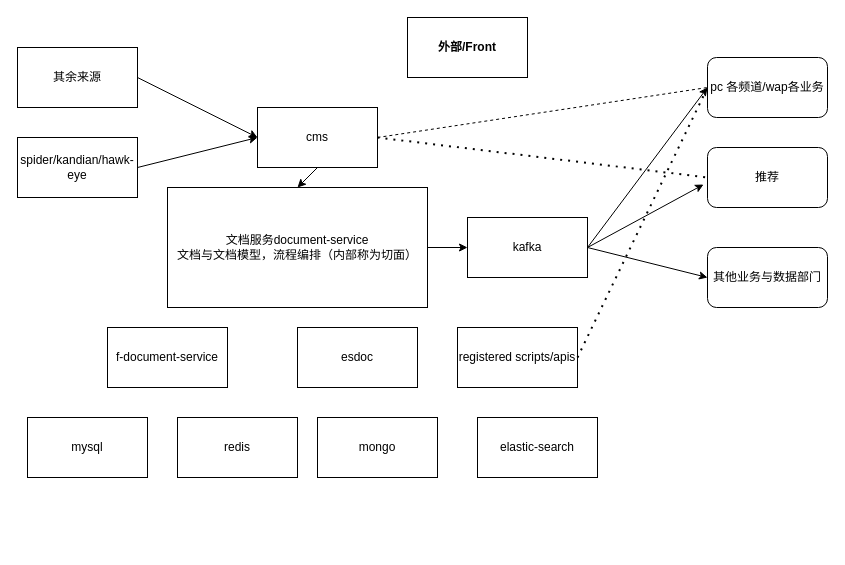
Before: draws/entity_relation.drawio in neoxue/simple-tools, a draw.io diagram. Source tidied: cells renumbered, new cells numbered last; positions are measured from the earlier drawing's top-left corner, leaving out a move shared by most shapes. Both pictures are drawn from the tidied source at 100%, with x=0, y=0 at pixel (17, 17).
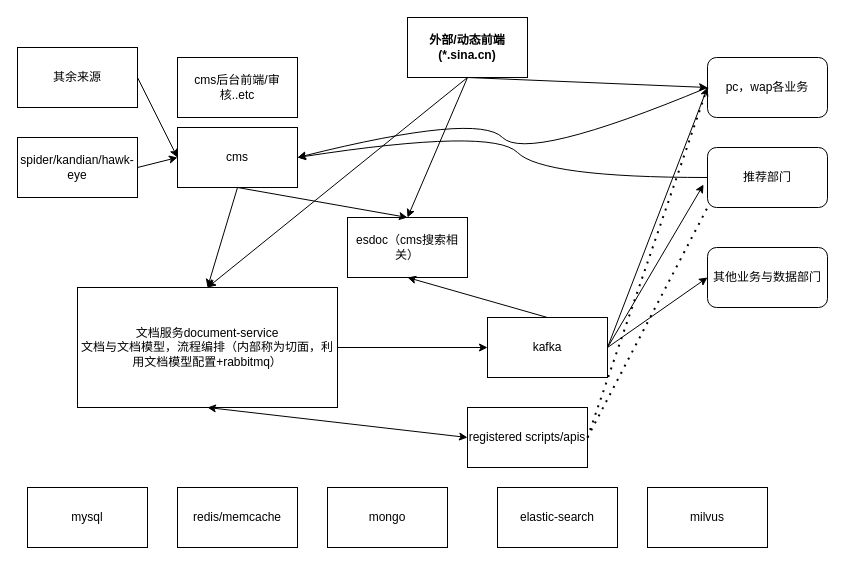
After the change.

What changed in the source:
```diff
@@
-    <mxCell id="2" value="外部/Front" style="whiteSpace=wrap;html=1;startSize=30;fontStyle=1;" parent="1" vertex="1">
+    <mxCell id="2" value="外部/动态前端(*.sina.cn)" style="whiteSpace=wrap;html=1;startSize=30;fontStyle=1;" parent="1" vertex="1">
       <mxGeometry x="390" width="120" height="60" as="geometry" />
     </mxCell>
     <mxCell id="3" value="cms" style="rounded=0;whiteSpace=wrap;html=1;" parent="1" vertex="1">
-      <mxGeometry x="240" y="90" width="120" height="60" as="geometry" />
+      <mxGeometry x="160" y="110" width="120" height="60" as="geometry" />
     </mxCell>
     <mxCell id="4" value="registered scripts/apis" style="rounded=0;whiteSpace=wrap;html=1;" parent="1" vertex="1">
-      <mxGeometry x="440" y="310" width="120" height="60" as="geometry" />
+      <mxGeometry x="450" y="390" width="120" height="60" as="geometry" />
     </mxCell>
-    <mxCell id="5" value="文档服务document-service&lt;br&gt;文档与文档模型，流程编排（内部称为切面）" style="rounded=0;whiteSpace=wrap;html=1;" parent="1" vertex="1">
-      <mxGeometry x="150" y="170" width="260" height="120" as="geometry" />
+    <mxCell id="5" value="文档服务document-service&lt;br&gt;文档与文档模型，流程编排（内部称为切面，利用文档模型配置+rabbitmq）" style="rounded=0;whiteSpace=wrap;html=1;" parent="1" vertex="1">
+      <mxGeometry x="60" y="270" width="260" height="120" as="geometry" />
     </mxCell>
-    <mxCell id="6" value="f-document-service" style="rounded=0;whiteSpace=wrap;html=1;" parent="1" vertex="1">
-      <mxGeometry x="90" y="310" width="120" height="60" as="geometry" />
-    </mxCell>
     <mxCell id="7" value="mongo" style="rounded=0;whiteSpace=wrap;html=1;" parent="1" vertex="1">
-      <mxGeometry x="300" y="400" width="120" height="60" as="geometry" />
+      <mxGeometry x="310" y="470" width="120" height="60" as="geometry" />
     </mxCell>
-    <mxCell id="8" value="redis" style="rounded=0;whiteSpace=wrap;html=1;" parent="1" vertex="1">
-      <mxGeometry x="160" y="400" width="120" height="60" as="geometry" />
+    <mxCell id="8" value="redis/memcache" style="rounded=0;whiteSpace=wrap;html=1;" parent="1" vertex="1">
+      <mxGeometry x="160" y="470" width="120" height="60" as="geometry" />
     </mxCell>
     <mxCell id="9" value="elastic-search" style="rounded=0;whiteSpace=wrap;html=1;" parent="1" vertex="1">
-      <mxGeometry x="460" y="400" width="120" height="60" as="geometry" />
+      <mxGeometry x="480" y="470" width="120" height="60" as="geometry" />
     </mxCell>
-    <mxCell id="10" value="esdoc" style="rounded=0;whiteSpace=wrap;html=1;" parent="1" vertex="1">
-      <mxGeometry x="280" y="310" width="120" height="60" as="geometry" />
+    <mxCell id="10" value="esdoc（cms搜索相关）" style="rounded=0;whiteSpace=wrap;html=1;" parent="1" vertex="1">
+      <mxGeometry x="330" y="200" width="120" height="60" as="geometry" />
     </mxCell>
@@
     <mxCell id="13" value="mysql" style="rounded=0;whiteSpace=wrap;html=1;" parent="1" vertex="1">
-      <mxGeometry x="10" y="400" width="120" height="60" as="geometry" />
+      <mxGeometry x="10" y="470" width="120" height="60" as="geometry" />
     </mxCell>
@@
     <mxCell id="16" value="kafka" style="rounded=0;whiteSpace=wrap;html=1;" parent="1" vertex="1">
-      <mxGeometry x="450" y="200" width="120" height="60" as="geometry" />
+      <mxGeometry x="470" y="300" width="120" height="60" as="geometry" />
     </mxCell>
-    <mxCell id="17" value="pc 各频道/wap各业务" style="rounded=1;whiteSpace=wrap;html=1;" parent="1" vertex="1">
+    <mxCell id="17" value="pc，wap各业务" style="rounded=1;whiteSpace=wrap;html=1;" parent="1" vertex="1">
       <mxGeometry x="690" y="40" width="120" height="60" as="geometry" />
     </mxCell>
-    <mxCell id="18" value="推荐&lt;br&gt;" style="rounded=1;whiteSpace=wrap;html=1;" parent="1" vertex="1">
+    <mxCell id="18" value="推荐部门" style="rounded=1;whiteSpace=wrap;html=1;" parent="1" vertex="1">
       <mxGeometry x="690" y="130" width="120" height="60" as="geometry" />
     </mxCell>
@@
-    <mxCell id="25" style="endArrow=none;dashed=1;html=1;dashPattern=1 3;strokeWidth=2;rounded=0;entryX=0;entryY=0.5;entryDx=0;entryDy=0;exitX=1;exitY=0.5;exitDx=0;exitDy=0;" parent="1" edge="1" source="4" target="17">
-      <mxGeometry relative="1" as="geometry" />
-    </mxCell>
-    <mxCell id="26" style="endArrow=none;dashed=1;html=1;rounded=0;entryX=0;entryY=0.5;entryDx=0;entryDy=0;exitX=1;exitY=0.5;exitDx=0;exitDy=0;" parent="1" edge="1" source="3" target="17">
-      <mxGeometry relative="1" as="geometry" />
-    </mxCell>
-    <mxCell id="27" style="endArrow=none;dashed=1;html=1;dashPattern=1 3;strokeWidth=2;rounded=0;entryX=0;entryY=0.5;entryDx=0;entryDy=0;exitX=1;exitY=0.5;exitDx=0;exitDy=0;" parent="1" edge="1" source="3" target="18">
-      <mxGeometry relative="1" as="geometry" />
-    </mxCell>
+    <mxCell id="28" style="endArrow=classic;startArrow=classic;html=1;rounded=0;entryX=0;entryY=0.5;entryDx=0;entryDy=0;exitX=0.5;exitY=1;exitDx=0;exitDy=0;" parent="1" edge="1" source="5" target="4">
+      <mxGeometry relative="1" as="geometry" />
+    </mxCell>
+    <mxCell id="29" style="endArrow=classic;html=1;rounded=0;exitX=0.5;exitY=0;exitDx=0;exitDy=0;entryX=0.5;entryY=1;entryDx=0;entryDy=0;" parent="1" edge="1" source="16" target="10">
+      <mxGeometry relative="1" as="geometry" />
+    </mxCell>
+    <mxCell id="30" style="curved=1;endArrow=classic;html=1;rounded=0;entryX=1;entryY=0.5;entryDx=0;entryDy=0;" parent="1" edge="1" target="3">
+      <mxGeometry relative="1" as="geometry">
+        <mxPoint x="690" y="70" as="sourcePoint" />
+        <Array as="points">
+          <mxPoint x="510" y="145" />
+          <mxPoint x="460" y="95" />
+        </Array>
+      </mxGeometry>
+    </mxCell>
+    <mxCell id="31" style="curved=1;endArrow=classic;html=1;rounded=0;entryX=1;entryY=0.5;entryDx=0;entryDy=0;exitX=0;exitY=0.5;exitDx=0;exitDy=0;" parent="1" edge="1" source="18" target="3">
+      <mxGeometry relative="1" as="geometry">
+        <Array as="points">
+          <mxPoint x="525" y="160" />
+          <mxPoint x="475" y="110" />
+        </Array>
+      </mxGeometry>
+    </mxCell>
+    <mxCell id="32" style="endArrow=classic;html=1;rounded=0;exitX=0.5;exitY=1;exitDx=0;exitDy=0;entryX=0.5;entryY=0;entryDx=0;entryDy=0;" parent="1" edge="1" source="2" target="5">
+      <mxGeometry relative="1" as="geometry" />
+    </mxCell>
+    <mxCell id="33" style="endArrow=classic;html=1;rounded=0;entryX=0.5;entryY=0;entryDx=0;entryDy=0;exitX=0.5;exitY=1;exitDx=0;exitDy=0;" parent="1" edge="1" source="2" target="10">
+      <mxGeometry relative="1" as="geometry" />
+    </mxCell>
+    <mxCell id="34" style="endArrow=classic;html=1;rounded=0;exitX=0.5;exitY=1;exitDx=0;exitDy=0;entryX=0;entryY=0.5;entryDx=0;entryDy=0;" parent="1" edge="1" source="2" target="17">
+      <mxGeometry relative="1" as="geometry" />
+    </mxCell>
+    <mxCell id="35" style="endArrow=none;dashed=1;html=1;dashPattern=1 3;strokeWidth=2;rounded=0;" parent="1" edge="1">
+      <mxGeometry relative="1" as="geometry">
+        <mxPoint x="570" y="420" as="sourcePoint" />
+        <mxPoint x="690" y="70" as="targetPoint" />
+      </mxGeometry>
+    </mxCell>
+    <mxCell id="36" style="endArrow=none;dashed=1;html=1;dashPattern=1 3;strokeWidth=2;rounded=0;entryX=0;entryY=1;entryDx=0;entryDy=0;" parent="1" edge="1" target="18">
+      <mxGeometry relative="1" as="geometry">
+        <mxPoint x="570" y="420" as="sourcePoint" />
+      </mxGeometry>
+    </mxCell>
+    <mxCell id="37" style="endArrow=classic;html=1;rounded=0;entryX=0.5;entryY=0;entryDx=0;entryDy=0;" parent="1" edge="1" target="10">
+      <mxGeometry relative="1" as="geometry">
+        <mxPoint x="220" y="170" as="sourcePoint" />
+      </mxGeometry>
+    </mxCell>
+    <mxCell id="38" value="milvus" style="rounded=0;whiteSpace=wrap;html=1;" parent="1" vertex="1">
+      <mxGeometry x="630" y="470" width="120" height="60" as="geometry" />
+    </mxCell>
+    <mxCell id="39" value="cms后台前端/审核..etc" style="rounded=0;whiteSpace=wrap;html=1;" parent="1" vertex="1">
+      <mxGeometry x="160" y="40" width="120" height="60" as="geometry" />
+    </mxCell>
```
